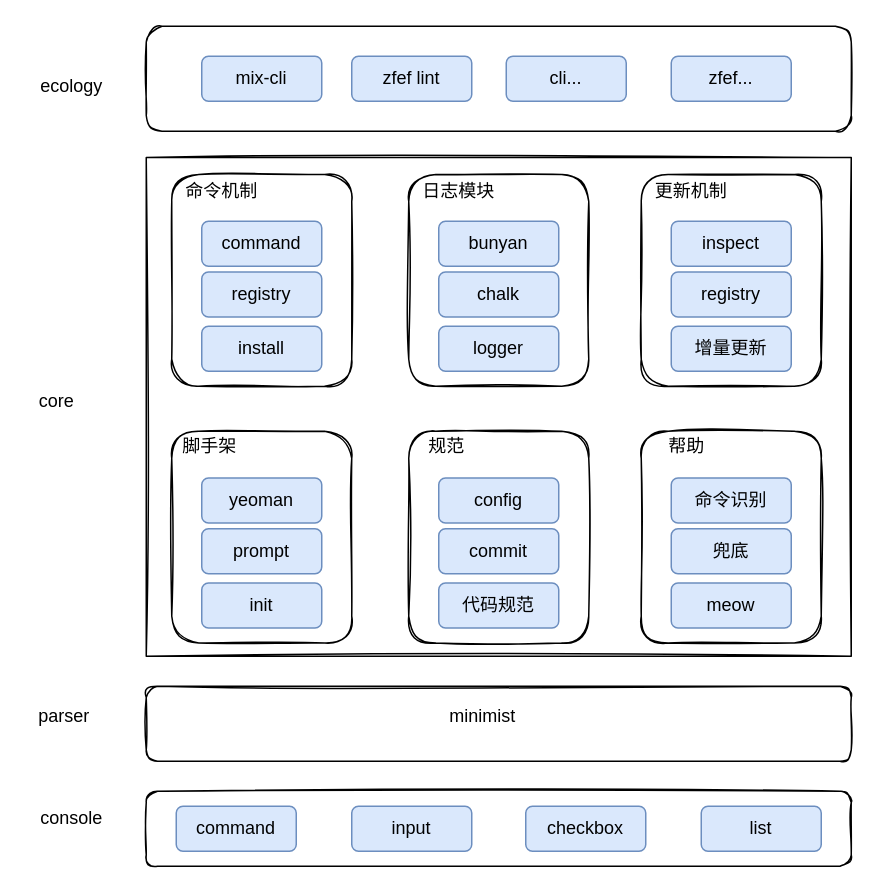
1587319019/diagrams keeps this draw.io diagram as feflow 架构图.drawio. Above is the earlier version. Source tidied: cells renumbered, new cells numbered last; positions are measured from the earlier drawing's top-left corner, leaving out a move shared by most shapes. Both pictures are drawn from the tidied source at 150%, with x=0, y=0 at pixel (26, 26).
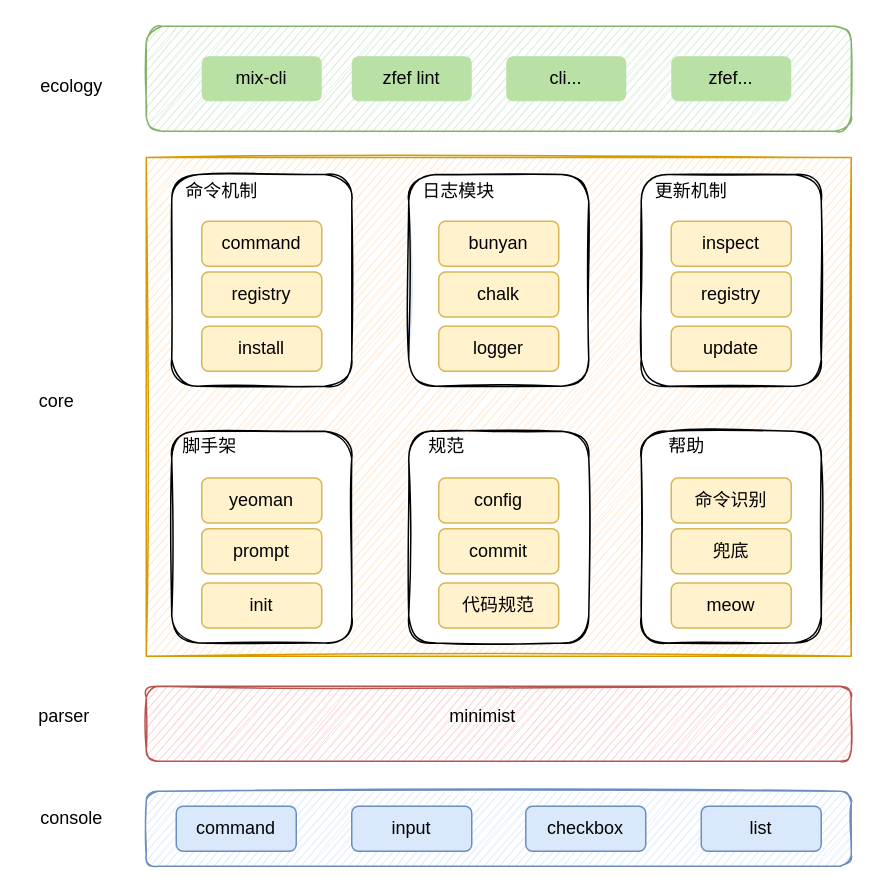
The same page after the edit.

Commit message:
更新feflow 架构图.drawio

The change refers to these unchanged cells:
```xml
<mxCell id="31" style="group;" parent="1" vertex="1">
  <mxGeometry x="410" y="98.8" width="120" height="141.2" as="geometry" />
</mxCell>
<mxCell id="37" style="group;" parent="1" vertex="1">
  <mxGeometry x="97" y="270" width="120" height="141.2" as="geometry" />
</mxCell>
<mxCell id="43" style="group;" parent="1" vertex="1">
  <mxGeometry x="255" y="270" width="120" height="141.2" as="geometry" />
</mxCell>
<mxCell id="49" style="group;" parent="1" vertex="1">
  <mxGeometry x="410" y="270" width="120" height="141.2" as="geometry" />
</mxCell>
```

Diff of the diagram source:
```diff
@@
-    <mxCell id="6" style="rounded=1;whiteSpace=wrap;html=1;sketch=1;" parent="1" vertex="1">
+    <mxCell id="6" style="rounded=1;whiteSpace=wrap;html=1;sketch=1;fillColor=#f8cecc;strokeColor=#b85450;" parent="1" vertex="1">
       <mxGeometry x="80" y="440" width="470" height="50" as="geometry" />
     </mxCell>
-    <mxCell id="7" style="rounded=1;whiteSpace=wrap;html=1;sketch=1;" parent="1" vertex="1">
+    <mxCell id="7" style="rounded=1;whiteSpace=wrap;html=1;sketch=1;fillColor=#dae8fc;strokeColor=#6c8ebf;" parent="1" vertex="1">
       <mxGeometry x="80" y="510" width="470" height="50" as="geometry" />
     </mxCell>
@@
-    <mxCell id="13" style="rounded=0;whiteSpace=wrap;html=1;sketch=1;" parent="1" vertex="1">
+    <mxCell id="13" style="rounded=0;whiteSpace=wrap;html=1;sketch=1;fillColor=#ffe6cc;strokeColor=#d79b00;" parent="1" vertex="1">
       <mxGeometry x="80" y="87.5" width="470" height="332.5" as="geometry" />
     </mxCell>
-    <mxCell id="14" style="rounded=1;whiteSpace=wrap;html=1;sketch=1;" parent="1" vertex="1">
+    <mxCell id="14" style="rounded=1;whiteSpace=wrap;html=1;sketch=1;fillColor=#d5e8d4;strokeColor=#82b366;" parent="1" vertex="1">
       <mxGeometry x="80" width="470" height="70" as="geometry" />
     </mxCell>
-    <mxCell id="15" value="mix-cli" style="rounded=1;whiteSpace=wrap;html=1;fillColor=#dae8fc;strokeColor=#6c8ebf;" parent="1" vertex="1">
+    <mxCell id="15" value="mix-cli" style="rounded=1;whiteSpace=wrap;html=1;fillColor=#B9E0A5;strokeColor=none;" parent="1" vertex="1">
       <mxGeometry x="117" y="20" width="80" height="30" as="geometry" />
     </mxCell>
-    <mxCell id="16" value="zfef lint" style="rounded=1;whiteSpace=wrap;html=1;fillColor=#dae8fc;strokeColor=#6c8ebf;" parent="1" vertex="1">
+    <mxCell id="16" value="zfef lint" style="rounded=1;whiteSpace=wrap;html=1;fillColor=#B9E0A5;strokeColor=none;" parent="1" vertex="1">
       <mxGeometry x="217" y="20" width="80" height="30" as="geometry" />
     </mxCell>
-    <mxCell id="17" value="cli..." style="rounded=1;whiteSpace=wrap;html=1;fillColor=#dae8fc;strokeColor=#6c8ebf;" parent="1" vertex="1">
+    <mxCell id="17" value="cli..." style="rounded=1;whiteSpace=wrap;html=1;fillColor=#B9E0A5;strokeColor=none;" parent="1" vertex="1">
       <mxGeometry x="320" y="20" width="80" height="30" as="geometry" />
     </mxCell>
-    <mxCell id="18" value="zfef..." style="rounded=1;whiteSpace=wrap;html=1;fillColor=#dae8fc;strokeColor=#6c8ebf;" parent="1" vertex="1">
+    <mxCell id="18" value="zfef..." style="rounded=1;whiteSpace=wrap;html=1;fillColor=#B9E0A5;strokeColor=none;" parent="1" vertex="1">
       <mxGeometry x="430" y="20" width="80" height="30" as="geometry" />
     </mxCell>
-    <mxCell id="19" style="group;" parent="1" vertex="1">
+    <mxCell id="19" style="group;fillColor=default;" parent="1" vertex="1">
       <mxGeometry x="97" y="98.8" width="120" height="141.2" as="geometry" />
     </mxCell>
@@
-    <mxCell id="21" value="command" style="rounded=1;whiteSpace=wrap;html=1;fillColor=#dae8fc;strokeColor=#6c8ebf;" parent="19" vertex="1">
+    <mxCell id="21" value="command" style="rounded=1;whiteSpace=wrap;html=1;fillColor=#fff2cc;strokeColor=#d6b656;" parent="19" vertex="1">
       <mxGeometry x="20" y="31.2" width="80" height="30" as="geometry" />
     </mxCell>
-    <mxCell id="22" value="registry" style="rounded=1;whiteSpace=wrap;html=1;fillColor=#dae8fc;strokeColor=#6c8ebf;" parent="19" vertex="1">
+    <mxCell id="22" value="registry" style="rounded=1;whiteSpace=wrap;html=1;fillColor=#fff2cc;strokeColor=#d6b656;" parent="19" vertex="1">
       <mxGeometry x="20" y="65" width="80" height="30" as="geometry" />
     </mxCell>
-    <mxCell id="23" value="install" style="rounded=1;whiteSpace=wrap;html=1;fillColor=#dae8fc;strokeColor=#6c8ebf;" parent="19" vertex="1">
+    <mxCell id="23" value="install" style="rounded=1;whiteSpace=wrap;html=1;fillColor=#fff2cc;strokeColor=#d6b656;" parent="19" vertex="1">
       <mxGeometry x="20" y="101.2" width="80" height="30" as="geometry" />
     </mxCell>
@@
-    <mxCell id="25" style="group;" parent="1" vertex="1">
+    <mxCell id="25" style="group;verticalAlign=middle;fillColor=#dae8fc;rounded=1;" parent="1" vertex="1">
       <mxGeometry x="255" y="98.8" width="120" height="141.2" as="geometry" />
     </mxCell>
@@
-    <mxCell id="27" value="bunyan" style="rounded=1;whiteSpace=wrap;html=1;fillColor=#dae8fc;strokeColor=#6c8ebf;" parent="25" vertex="1">
+    <mxCell id="27" value="bunyan" style="rounded=1;whiteSpace=wrap;html=1;fillColor=#fff2cc;strokeColor=#d6b656;" parent="25" vertex="1">
       <mxGeometry x="20" y="31.2" width="80" height="30" as="geometry" />
     </mxCell>
-    <mxCell id="28" value="chalk" style="rounded=1;whiteSpace=wrap;html=1;fillColor=#dae8fc;strokeColor=#6c8ebf;" parent="25" vertex="1">
+    <mxCell id="28" value="chalk" style="rounded=1;whiteSpace=wrap;html=1;fillColor=#fff2cc;strokeColor=#d6b656;" parent="25" vertex="1">
       <mxGeometry x="20" y="65" width="80" height="30" as="geometry" />
     </mxCell>
-    <mxCell id="29" value="logger" style="rounded=1;whiteSpace=wrap;html=1;fillColor=#dae8fc;strokeColor=#6c8ebf;" parent="25" vertex="1">
+    <mxCell id="29" value="logger" style="rounded=1;whiteSpace=wrap;html=1;fillColor=#fff2cc;strokeColor=#d6b656;" parent="25" vertex="1">
       <mxGeometry x="20" y="101.2" width="80" height="30" as="geometry" />
     </mxCell>
@@
-    <mxCell id="33" value="inspect" style="rounded=1;whiteSpace=wrap;html=1;fillColor=#dae8fc;strokeColor=#6c8ebf;" parent="31" vertex="1">
+    <mxCell id="33" value="inspect" style="rounded=1;whiteSpace=wrap;html=1;fillColor=#fff2cc;strokeColor=#d6b656;" parent="31" vertex="1">
       <mxGeometry x="20" y="31.2" width="80" height="30" as="geometry" />
     </mxCell>
-    <mxCell id="34" value="registry" style="rounded=1;whiteSpace=wrap;html=1;fillColor=#dae8fc;strokeColor=#6c8ebf;" parent="31" vertex="1">
+    <mxCell id="34" value="registry" style="rounded=1;whiteSpace=wrap;html=1;fillColor=#fff2cc;strokeColor=#d6b656;" parent="31" vertex="1">
       <mxGeometry x="20" y="65" width="80" height="30" as="geometry" />
     </mxCell>
-    <mxCell id="35" value="增量更新" style="rounded=1;whiteSpace=wrap;html=1;fillColor=#dae8fc;strokeColor=#6c8ebf;" parent="31" vertex="1">
+    <mxCell id="35" value="update" style="rounded=1;whiteSpace=wrap;html=1;fillColor=#fff2cc;strokeColor=#d6b656;" parent="31" vertex="1">
       <mxGeometry x="20" y="101.2" width="80" height="30" as="geometry" />
     </mxCell>
@@
-    <mxCell id="39" value="yeoman" style="rounded=1;whiteSpace=wrap;html=1;fillColor=#dae8fc;strokeColor=#6c8ebf;" parent="37" vertex="1">
+    <mxCell id="39" value="yeoman" style="rounded=1;whiteSpace=wrap;html=1;fillColor=#fff2cc;strokeColor=#d6b656;" parent="37" vertex="1">
       <mxGeometry x="20" y="31.2" width="80" height="30" as="geometry" />
     </mxCell>
-    <mxCell id="40" value="prompt" style="rounded=1;whiteSpace=wrap;html=1;fillColor=#dae8fc;strokeColor=#6c8ebf;" parent="37" vertex="1">
+    <mxCell id="40" value="prompt" style="rounded=1;whiteSpace=wrap;html=1;fillColor=#fff2cc;strokeColor=#d6b656;" parent="37" vertex="1">
       <mxGeometry x="20" y="65" width="80" height="30" as="geometry" />
     </mxCell>
-    <mxCell id="41" value="init" style="rounded=1;whiteSpace=wrap;html=1;fillColor=#dae8fc;strokeColor=#6c8ebf;" parent="37" vertex="1">
+    <mxCell id="41" value="init" style="rounded=1;whiteSpace=wrap;html=1;fillColor=#fff2cc;strokeColor=#d6b656;" parent="37" vertex="1">
       <mxGeometry x="20" y="101.2" width="80" height="30" as="geometry" />
     </mxCell>
@@
-    <mxCell id="45" value="config" style="rounded=1;whiteSpace=wrap;html=1;fillColor=#dae8fc;strokeColor=#6c8ebf;" parent="43" vertex="1">
+    <mxCell id="45" value="config" style="rounded=1;whiteSpace=wrap;html=1;fillColor=#fff2cc;strokeColor=#d6b656;" parent="43" vertex="1">
       <mxGeometry x="20" y="31.2" width="80" height="30" as="geometry" />
     </mxCell>
-    <mxCell id="46" value="commit" style="rounded=1;whiteSpace=wrap;html=1;fillColor=#dae8fc;strokeColor=#6c8ebf;" parent="43" vertex="1">
+    <mxCell id="46" value="commit" style="rounded=1;whiteSpace=wrap;html=1;fillColor=#fff2cc;strokeColor=#d6b656;" parent="43" vertex="1">
       <mxGeometry x="20" y="65" width="80" height="30" as="geometry" />
     </mxCell>
-    <mxCell id="47" value="代码规范" style="rounded=1;whiteSpace=wrap;html=1;fillColor=#dae8fc;strokeColor=#6c8ebf;" parent="43" vertex="1">
+    <mxCell id="47" value="代码规范" style="rounded=1;whiteSpace=wrap;html=1;fillColor=#fff2cc;strokeColor=#d6b656;" parent="43" vertex="1">
       <mxGeometry x="20" y="101.2" width="80" height="30" as="geometry" />
     </mxCell>
@@
-    <mxCell id="51" value="命令识别" style="rounded=1;whiteSpace=wrap;html=1;fillColor=#dae8fc;strokeColor=#6c8ebf;" parent="49" vertex="1">
+    <mxCell id="51" value="命令识别" style="rounded=1;whiteSpace=wrap;html=1;fillColor=#fff2cc;strokeColor=#d6b656;" parent="49" vertex="1">
       <mxGeometry x="20" y="31.2" width="80" height="30" as="geometry" />
     </mxCell>
-    <mxCell id="52" value="兜底" style="rounded=1;whiteSpace=wrap;html=1;fillColor=#dae8fc;strokeColor=#6c8ebf;" parent="49" vertex="1">
+    <mxCell id="52" value="兜底" style="rounded=1;whiteSpace=wrap;html=1;fillColor=#fff2cc;strokeColor=#d6b656;" parent="49" vertex="1">
       <mxGeometry x="20" y="65" width="80" height="30" as="geometry" />
     </mxCell>
-    <mxCell id="53" value="meow" style="rounded=1;whiteSpace=wrap;html=1;fillColor=#dae8fc;strokeColor=#6c8ebf;" parent="49" vertex="1">
+    <mxCell id="53" value="meow" style="rounded=1;whiteSpace=wrap;html=1;fillColor=#fff2cc;strokeColor=#d6b656;" parent="49" vertex="1">
       <mxGeometry x="20" y="101.2" width="80" height="30" as="geometry" />
     </mxCell>
```
